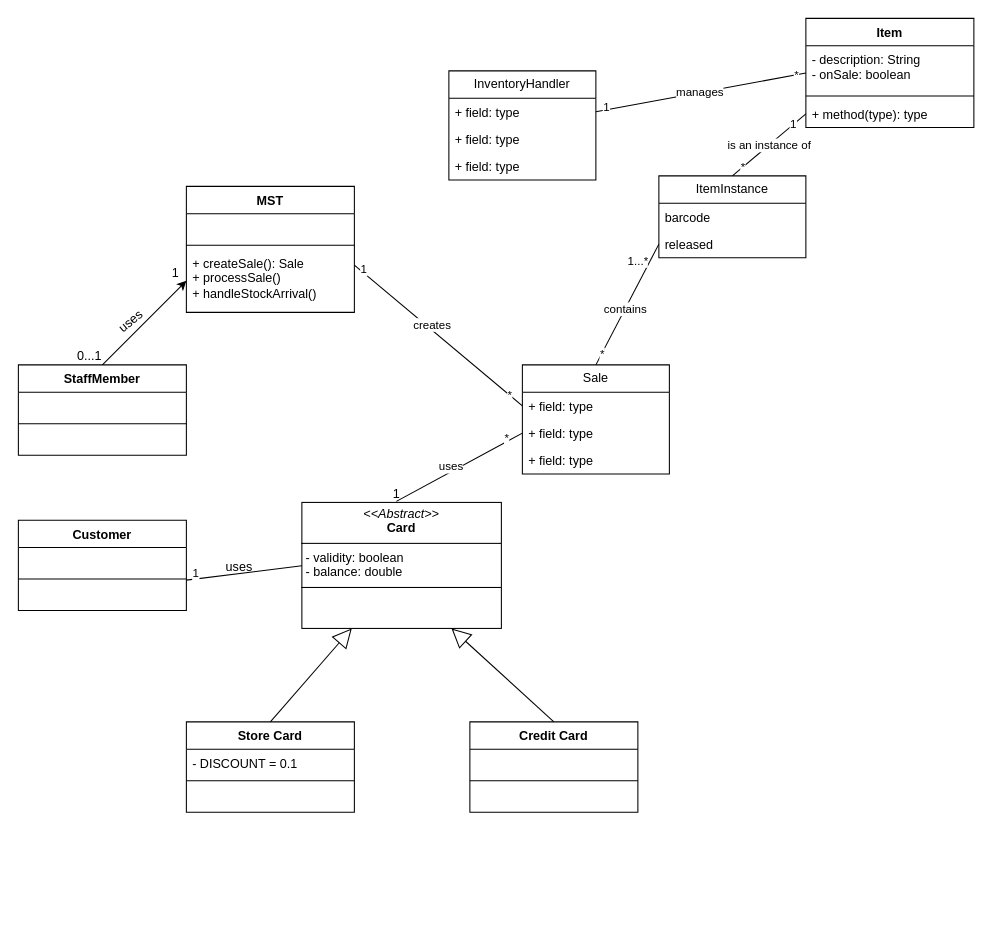
antonykimuom/SWEN30006-2025-SM1-workshop1-tuew05-14-00-team-12 keeps this draw.io diagram as page "Page-2" (2 of 2) of workshop5-week6.drawio. Above is the earlier version. Source tidied: cells renumbered, new cells numbered last; positions are measured from the earlier drawing's top-left corner, leaving out a move shared by most shapes. Both pictures are drawn from the tidied source at 105%, with x=0, y=0 at pixel (18, 18).
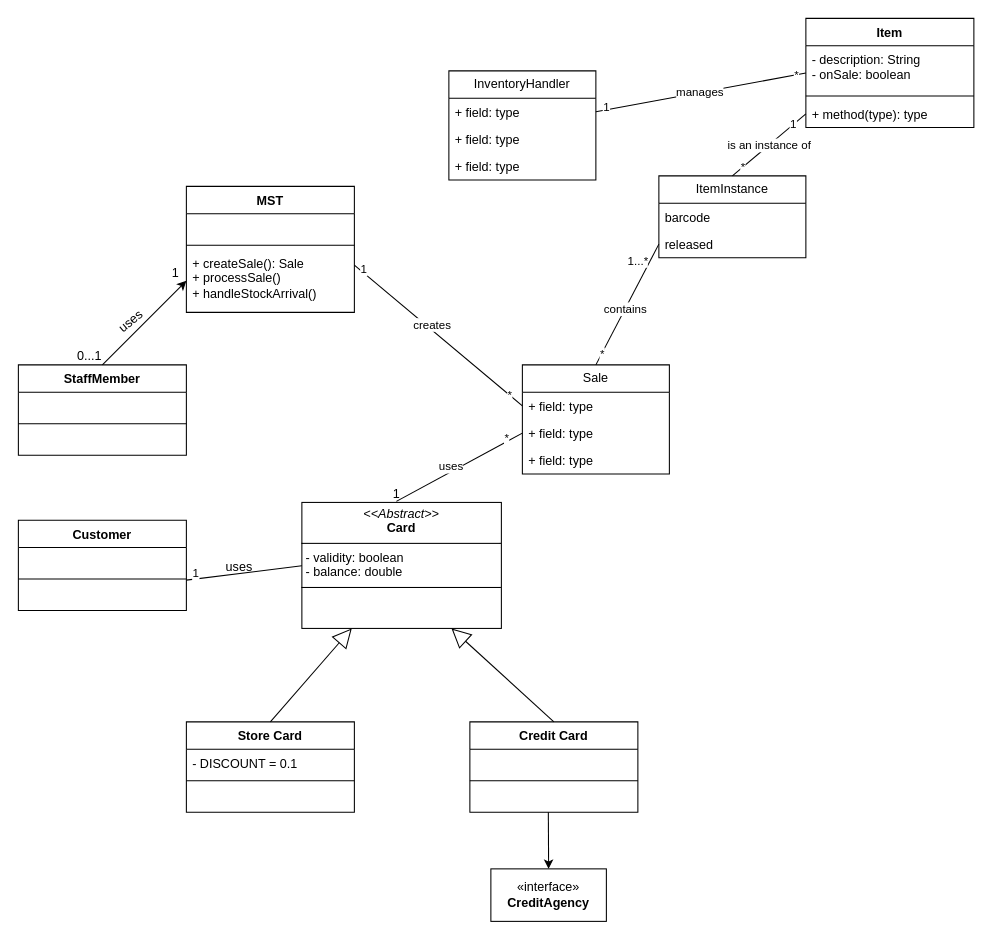
After the change.

The change refers to these unchanged cells:
```xml
<mxCell id="65" value="&lt;br&gt;&lt;div&gt;&lt;br&gt;&lt;/div&gt;" style="text;strokeColor=none;fillColor=none;align=left;verticalAlign=top;spacingLeft=4;spacingRight=4;overflow=hidden;points=[[0,0.5],[1,0.5]];portConstraint=eastwest;whiteSpace=wrap;html=1;" parent="62" vertex="1">
  <mxGeometry y="60" width="160" height="26" as="geometry" />
</mxCell>
```

Change to the diagram source:
```diff
@@
+    <mxCell id="68" value="«interface»&lt;br&gt;&lt;b&gt;CreditAgency&lt;/b&gt;" style="html=1;whiteSpace=wrap;" parent="1" vertex="1">
+      <mxGeometry x="450" y="810" width="110" height="50" as="geometry" />
+    </mxCell>
+    <mxCell id="69" style="endArrow=classic;html=1;rounded=0;entryX=0.5;entryY=0;entryDx=0;entryDy=0;exitX=0.467;exitY=1;exitDx=0;exitDy=0;exitPerimeter=0;" parent="1" edge="1" source="65" target="68">
+      <mxGeometry relative="1" as="geometry" />
+    </mxCell>
```
